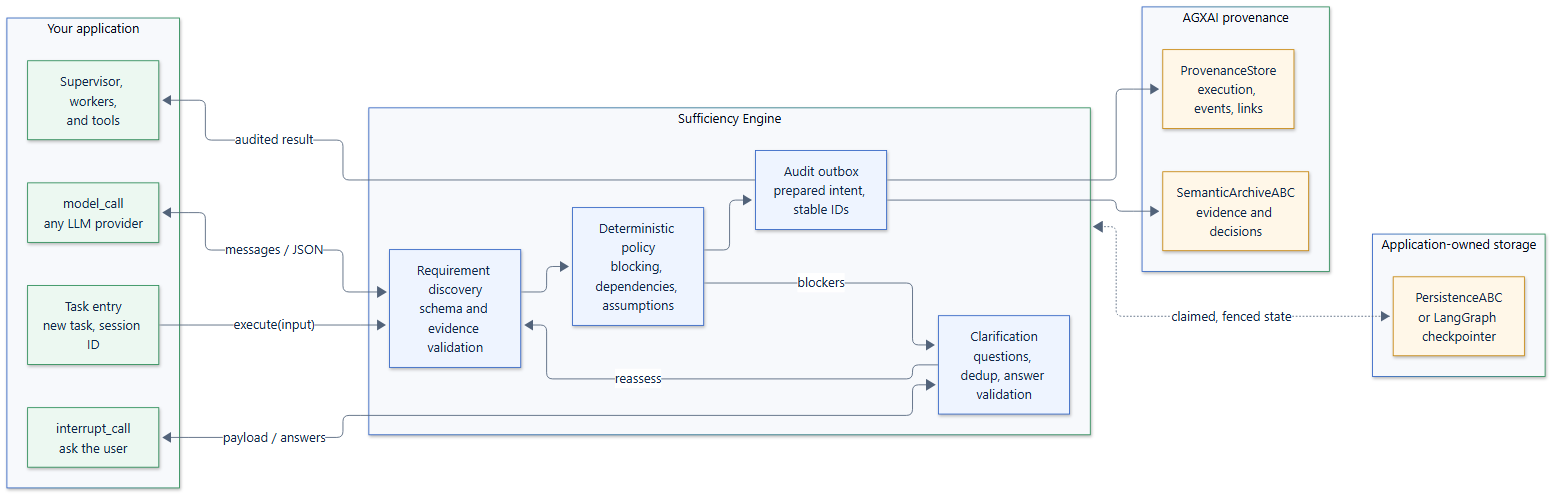
smuniharish/sufficiency-engine keeps this Mermaid diagram as docs/assets/diagrams/architecture-overview.png. Above is the earlier version. Its source is kept beside it as diagrams/architecture-overview.mmd.
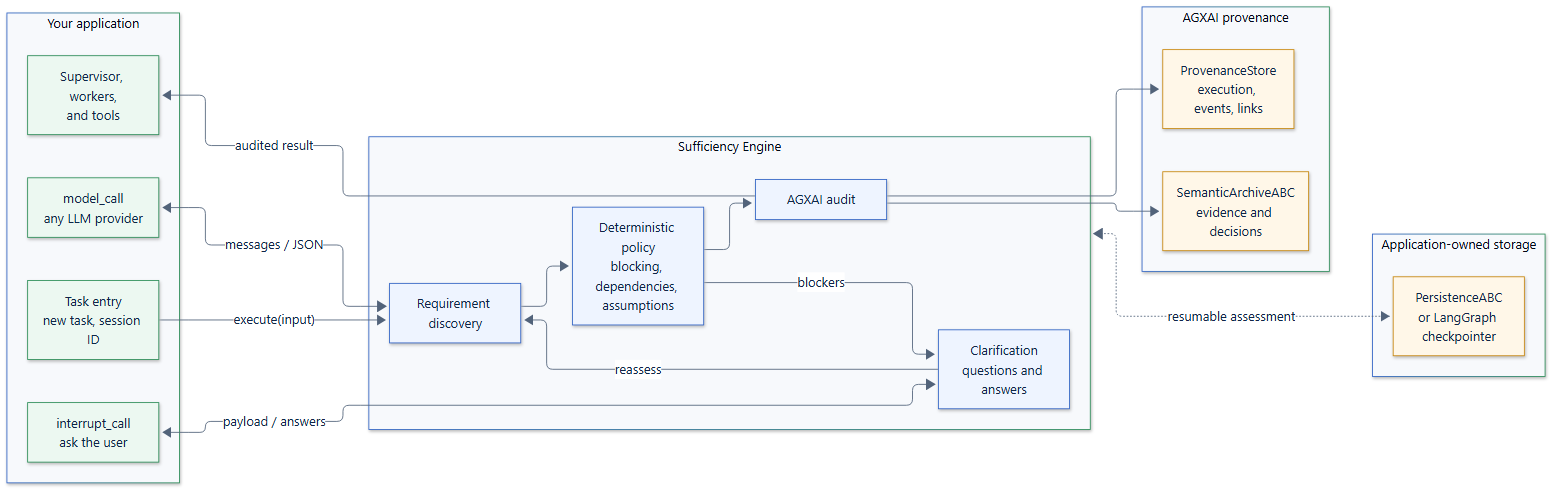
Later version of the same file.

Diff of the diagram source:
```diff
@@ -11,10 +11,10 @@
     end
 
     subgraph Engine["Sufficiency Engine"]
-        discover["Requirement discovery<br/>schema and evidence validation"]:::core
+        discover["Requirement discovery"]:::core
         policy["Deterministic policy<br/>blocking, dependencies, assumptions"]:::core
-        clarify["Clarification<br/>questions, dedup, answer validation"]:::core
-        outbox["Audit outbox<br/>prepared intent, stable IDs"]:::core
+        clarify["Clarification<br/>questions and answers"]:::core
+        audit["AGXAI audit"]:::core
     end
 
     subgraph Storage["Application-owned storage"]
@@ -32,8 +32,8 @@
     policy -- "blockers" --> clarify
     clarify <-- "payload / answers" --> ask
     clarify -- "reassess" --> discover
-    policy --> outbox
-    outbox --> store
-    outbox --> archive
-    Engine <-. "claimed, fenced state" .-> sessions
-    outbox -- "audited result" --> work
+    policy --> audit
+    audit --> store
+    audit --> archive
+    Engine <-. "resumable assessment" .-> sessions
+    audit -- "audited result" --> work
```
